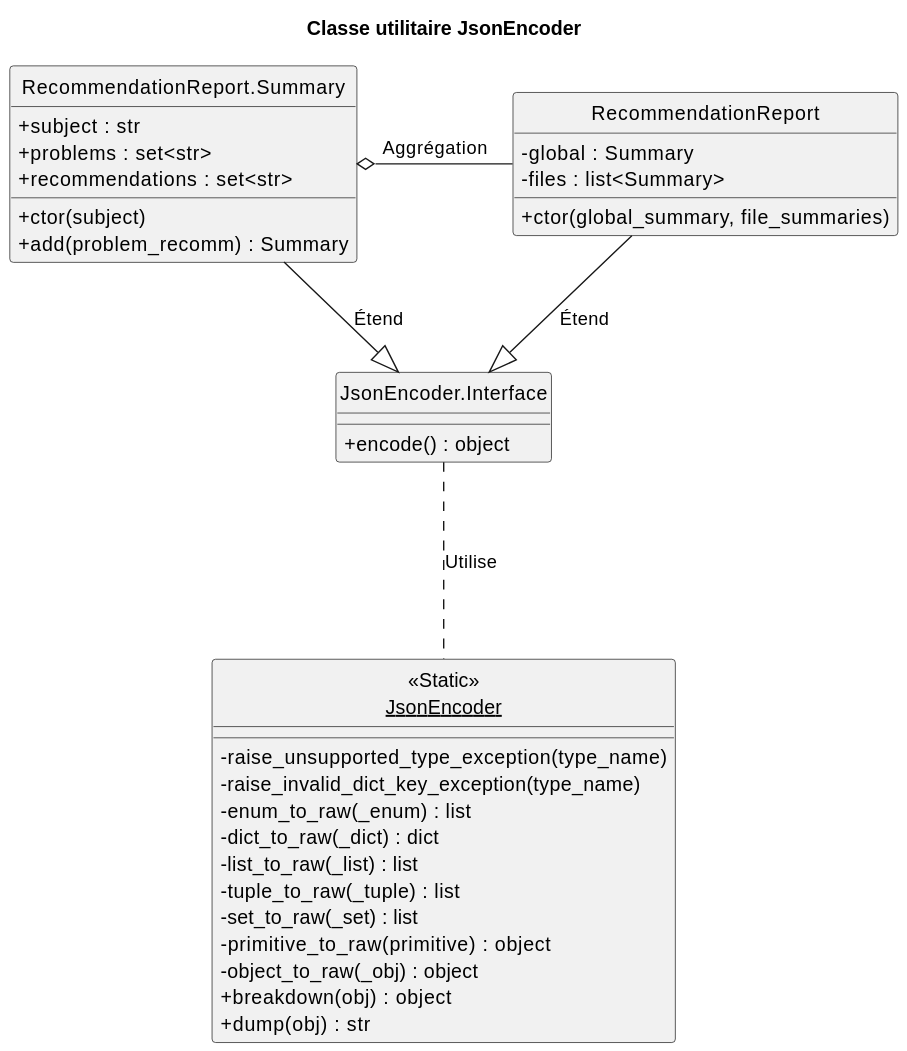
CAMaji/technical_debts keeps this PlantUML diagram as doc/wiki/puml/recomm_json_encoder.svg. Above is the earlier version.
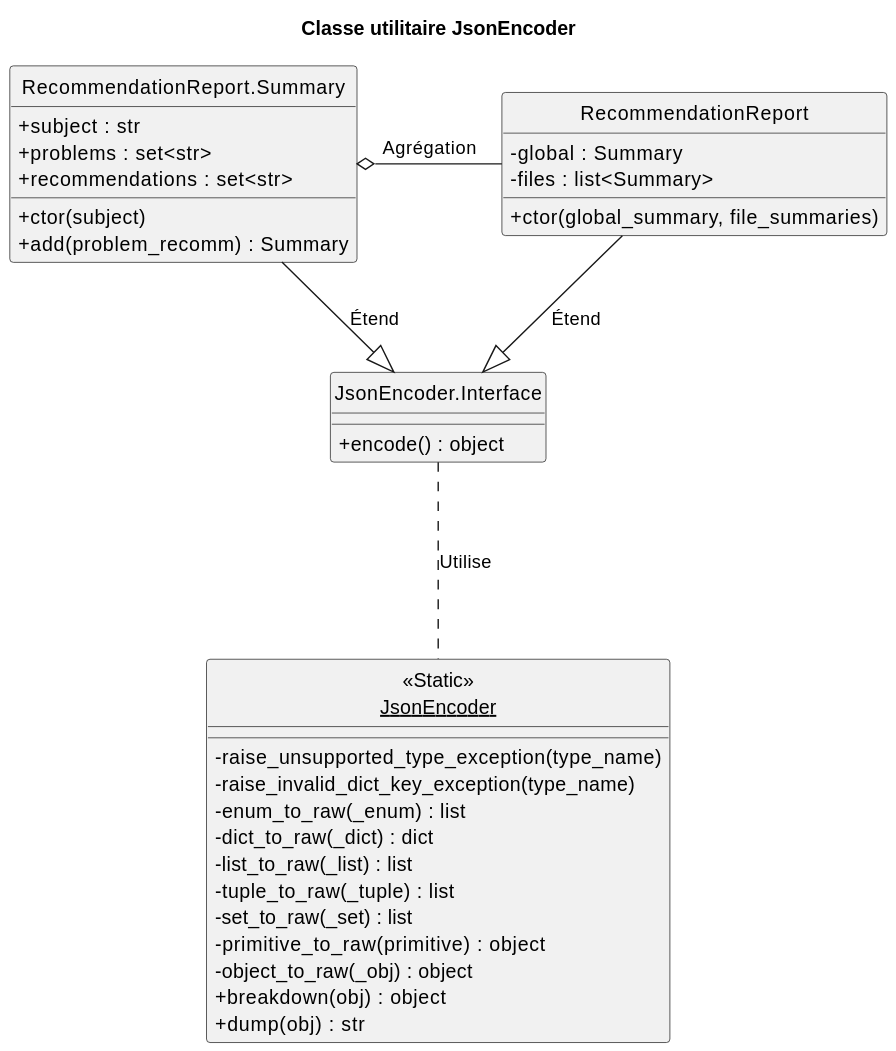
After the change.

The edit, as a diff of the source:
```diff
@@ -37,6 +37,6 @@
 
 RecommendationReport -down-|> JEInterface : "Étend"
 RRSummary -down-|> JEInterface : "Étend"
-RecommendationReport -left-o RRSummary : "Aggrégation"
+RecommendationReport -left-o RRSummary : "Agrégation"
 JEInterface ... JsonEncoder : "Utilise"
 @enduml
```
